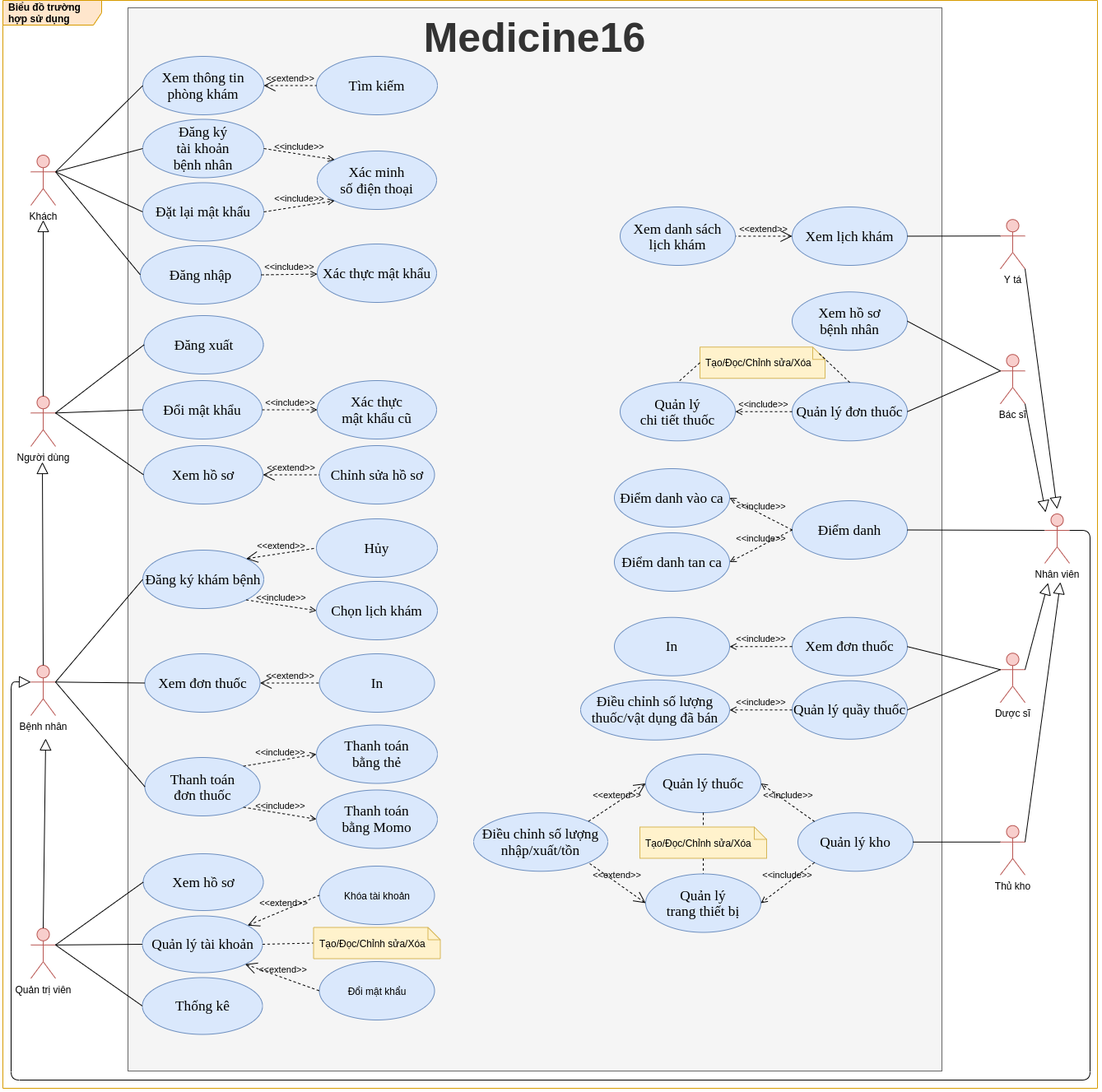
Above: images/Use Case Diagram.png in luclegen/medicine16 (draw.io), before the change. Source tidied: cells renumbered, new cells last; positions are measured from the earlier drawing's top-left corner, leaving out a move shared by most shapes.
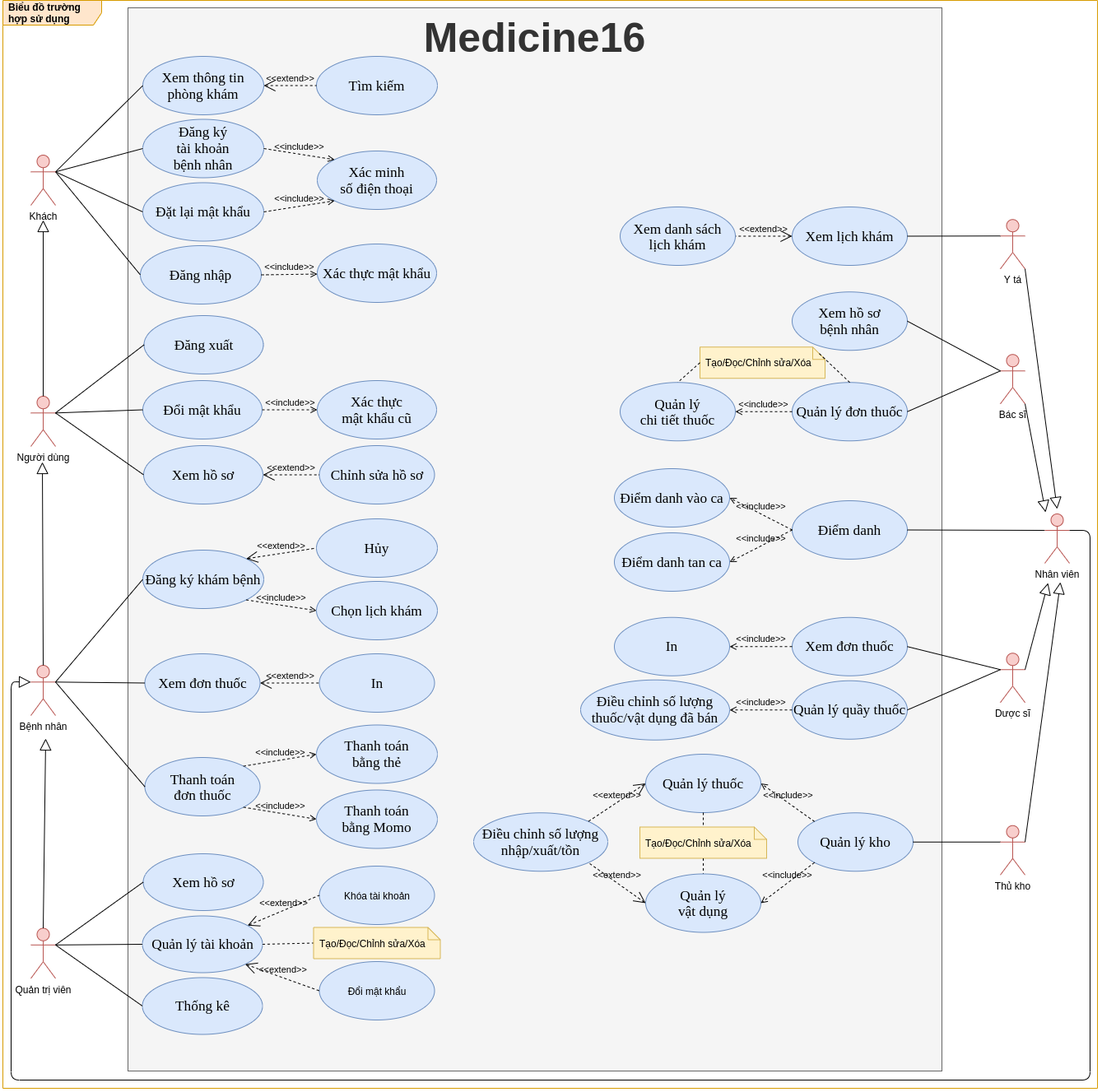
The same file after the commit.

Commit message:
Update Use Case Diagram

What changed in the source:
```diff
@@ -279,7 +279,7 @@
     <mxCell id="92" style="endArrow=none;dashed=1;html=1;entryX=0.5;entryY=0;entryDx=0;entryDy=0;exitX=0.5;exitY=1;exitDx=0;exitDy=0;exitPerimeter=0;" parent="1" edge="1" source="90" target="93">
       <mxGeometry relative="1" as="geometry" />
     </mxCell>
-    <mxCell id="93" value="&lt;span lang=&quot;EN-US&quot; style=&quot;font-size: 13pt ; line-height: 19.9333px ; font-family: &amp;#34;times new roman&amp;#34; , serif&quot;&gt;Quản&lt;/span&gt;&lt;span style=&quot;font-size: 13pt ; line-height: 19.9333px ; font-family: &amp;#34;times new roman&amp;#34; , serif&quot;&gt;&amp;nbsp;lý&lt;br&gt;trang thiết bị&lt;/span&gt;" style="ellipse;whiteSpace=wrap;html=1;fillColor=#dae8fc;strokeColor=#6c8ebf;" parent="1" vertex="1">
+    <mxCell id="93" value="&lt;span lang=&quot;EN-US&quot; style=&quot;font-size: 13pt ; line-height: 19.9333px ; font-family: &amp;#34;times new roman&amp;#34; , serif&quot;&gt;Quản&lt;/span&gt;&lt;span style=&quot;font-size: 13pt ; line-height: 19.9333px ; font-family: &amp;#34;times new roman&amp;#34; , serif&quot;&gt;&amp;nbsp;lý&lt;br&gt;vật dụng&lt;/span&gt;" style="ellipse;whiteSpace=wrap;html=1;fillColor=#dae8fc;strokeColor=#6c8ebf;" parent="1" vertex="1">
       <mxGeometry x="781" y="1061.5" width="140" height="71" as="geometry" />
     </mxCell>
     <mxCell id="94" style="edgeStyle=none;html=1;endArrow=block;endFill=0;endSize=12;verticalAlign=bottom;exitX=0.5;exitY=0;exitDx=0;exitDy=0;exitPerimeter=0;" parent="1" edge="1" source="41">
```
